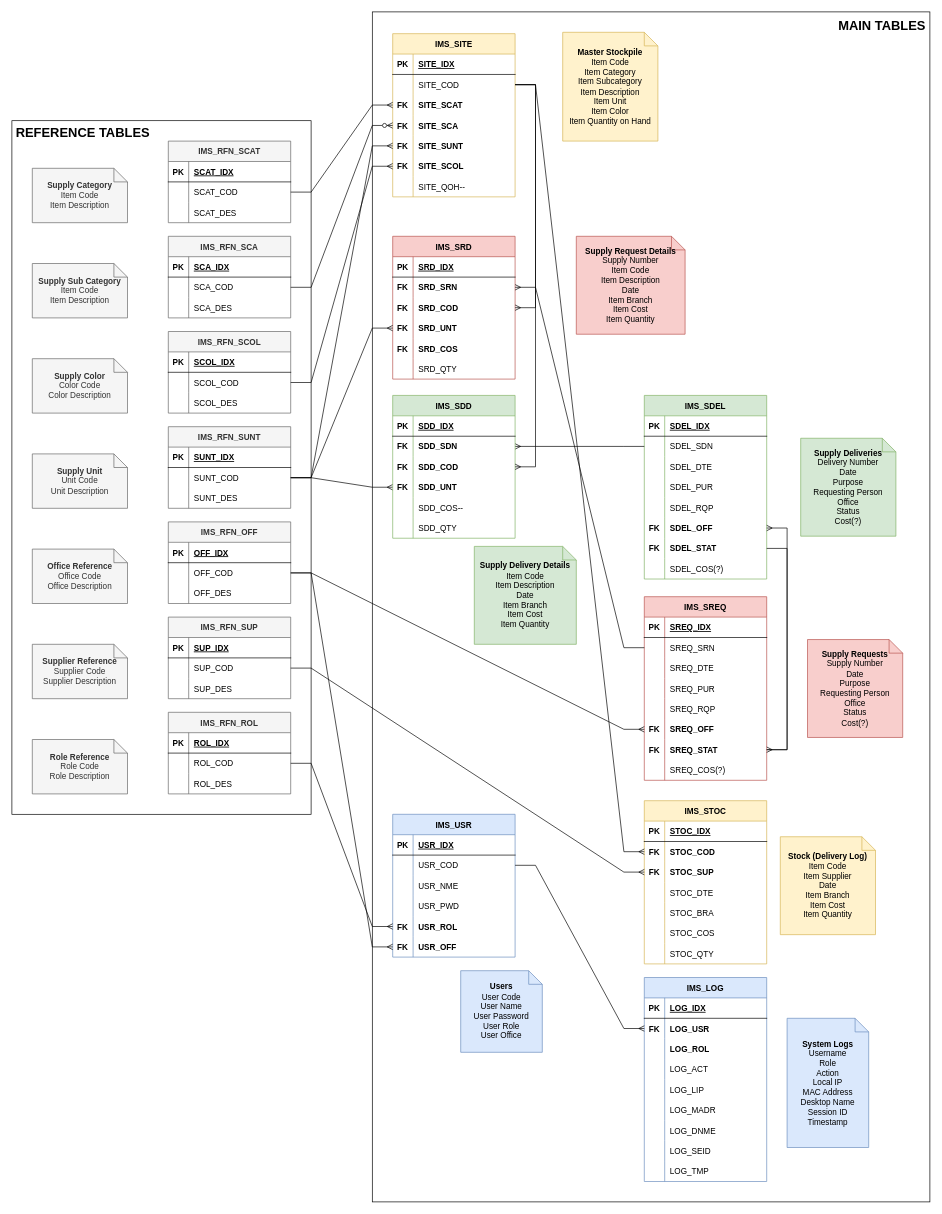
Above: docs/IMS Relational Diagram.drawio in nullblank/IMS (draw.io), before the change. Source tidied: cells renumbered, new cells numbered last; positions are measured from the earlier drawing's top-left corner, leaving out a move shared by most shapes. Both pictures are drawn from the tidied source at 68%, with x=0, y=0 at pixel (12, 12).
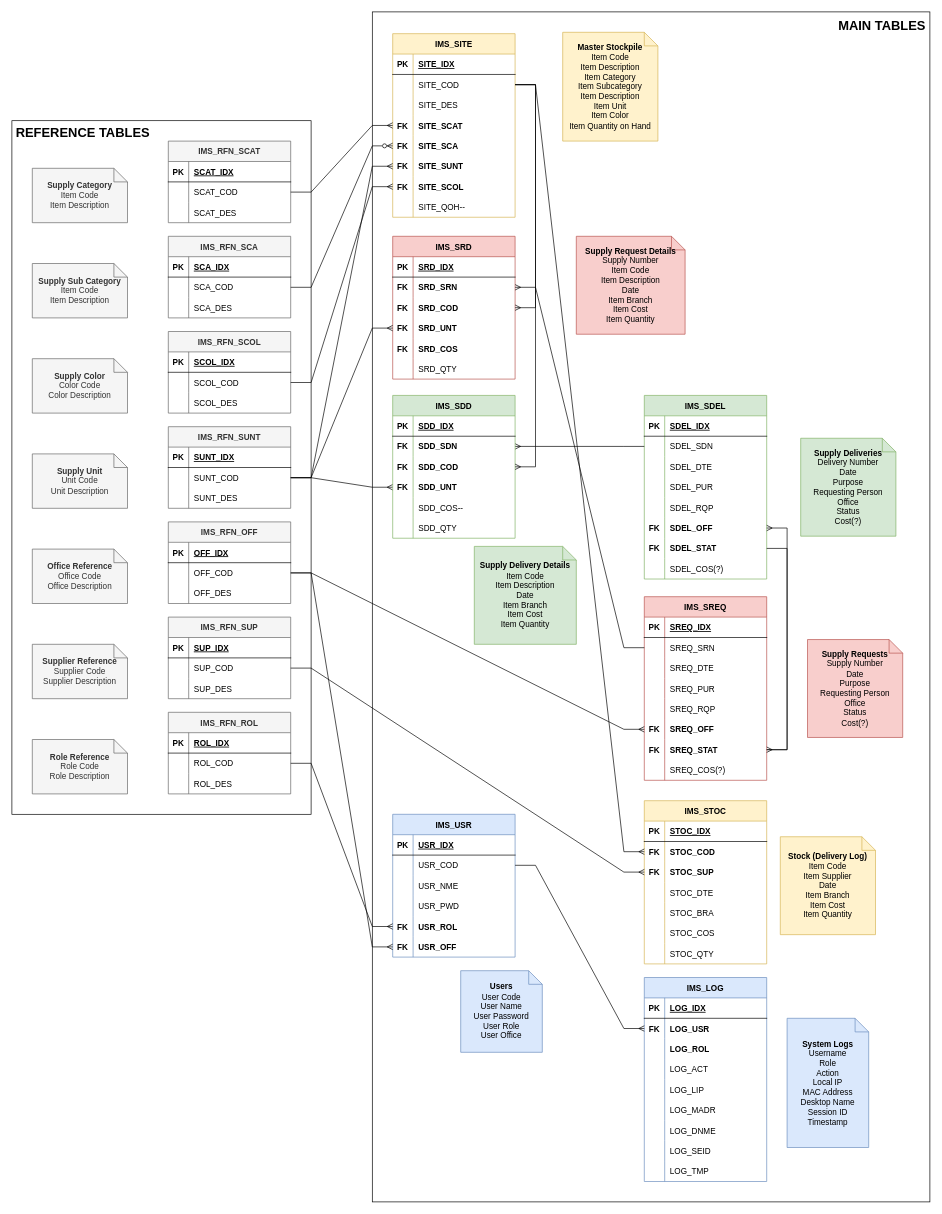
The same page after the edit.

Commit message (it also covers changes not shown here):
Updated diagram to reflect changes made to database.

What changed in the source:
```diff
@@
     <mxCell id="49" value="IMS_SITE" style="shape=table;startSize=30;childLayout=tableLayout;rowLines=0;fontStyle=1;align=center;fillColor=#fff2cc;strokeColor=#d6b656;" parent="1" vertex="1">
-      <mxGeometry x="560" y="32" width="180" height="240" as="geometry" />
+      <mxGeometry x="560" y="32" width="180" height="270" as="geometry" />
     </mxCell>
@@
+    <mxCell id="288" style="shape=tableRow;horizontal=0;startSize=0;swimlaneHead=0;swimlaneBody=0;fillColor=none;top=0;left=0;right=0;bottom=0;" parent="49" vertex="1">
+      <mxGeometry y="90" width="180" height="30" as="geometry" />
+    </mxCell>
+    <mxCell id="289" style="shape=partialRectangle;fillColor=none;top=0;left=0;bottom=0;right=0;overflow=hidden;" parent="288" vertex="1">
+      <mxGeometry width="30" height="30" as="geometry" />
+    </mxCell>
+    <mxCell id="290" value="SITE_DES" style="shape=partialRectangle;fillColor=none;top=0;left=0;bottom=0;right=0;align=left;spacingLeft=6;overflow=hidden;" parent="288" vertex="1">
+      <mxGeometry x="30" width="150" height="30" as="geometry" />
+    </mxCell>
     <mxCell id="56" style="shape=tableRow;horizontal=0;startSize=0;swimlaneHead=0;swimlaneBody=0;fillColor=none;points=[[0,0.5],[1,0.5]];portConstraint=eastwest;top=0;left=0;right=0;bottom=0;" parent="49" vertex="1">
-      <mxGeometry y="90" width="180" height="30" as="geometry" />
+      <mxGeometry y="120" width="180" height="30" as="geometry" />
     </mxCell>
@@
     <mxCell id="59" style="shape=tableRow;horizontal=0;startSize=0;swimlaneHead=0;swimlaneBody=0;fillColor=none;points=[[0,0.5],[1,0.5]];portConstraint=eastwest;top=0;left=0;right=0;bottom=0;" parent="49" vertex="1">
-      <mxGeometry y="120" width="180" height="30" as="geometry" />
+      <mxGeometry y="150" width="180" height="30" as="geometry" />
     </mxCell>
@@
     <mxCell id="62" style="shape=tableRow;horizontal=0;startSize=0;swimlaneHead=0;swimlaneBody=0;fillColor=none;points=[[0,0.5],[1,0.5]];portConstraint=eastwest;top=0;left=0;right=0;bottom=0;" parent="49" vertex="1">
-      <mxGeometry y="150" width="180" height="30" as="geometry" />
+      <mxGeometry y="180" width="180" height="30" as="geometry" />
     </mxCell>
@@
     <mxCell id="65" style="shape=tableRow;horizontal=0;startSize=0;swimlaneHead=0;swimlaneBody=0;fillColor=none;points=[[0,0.5],[1,0.5]];portConstraint=eastwest;top=0;left=0;right=0;bottom=0;" parent="49" vertex="1">
-      <mxGeometry y="180" width="180" height="30" as="geometry" />
+      <mxGeometry y="210" width="180" height="30" as="geometry" />
     </mxCell>
@@
     <mxCell id="68" style="shape=tableRow;horizontal=0;startSize=0;swimlaneHead=0;swimlaneBody=0;fillColor=none;top=0;left=0;right=0;bottom=0;" parent="49" vertex="1">
-      <mxGeometry y="210" width="180" height="30" as="geometry" />
+      <mxGeometry y="240" width="180" height="30" as="geometry" />
     </mxCell>
@@
-    <mxCell id="137" value="&lt;b&gt;Master Stockpile&lt;/b&gt;&lt;br&gt;Item Code&lt;br&gt;Item Category&lt;br&gt;Item Subcategory&lt;br&gt;Item Description&lt;br&gt;Item Unit&lt;br&gt;Item Color&lt;br&gt;Item Quantity on Hand" style="shape=note;size=20;whiteSpace=wrap;html=1;fillColor=#fff2cc;strokeColor=#d6b656;" parent="1" vertex="1">
+    <mxCell id="137" value="&lt;b&gt;Master Stockpile&lt;/b&gt;&lt;br&gt;Item Code&lt;br&gt;Item Description&lt;br&gt;Item Category&lt;br&gt;Item Subcategory&lt;br&gt;Item Description&lt;br&gt;Item Unit&lt;br&gt;Item Color&lt;br&gt;Item Quantity on Hand" style="shape=note;size=20;whiteSpace=wrap;html=1;fillColor=#fff2cc;strokeColor=#d6b656;" parent="1" vertex="1">
       <mxGeometry x="810" y="30" width="140" height="160" as="geometry" />
     </mxCell>
```
